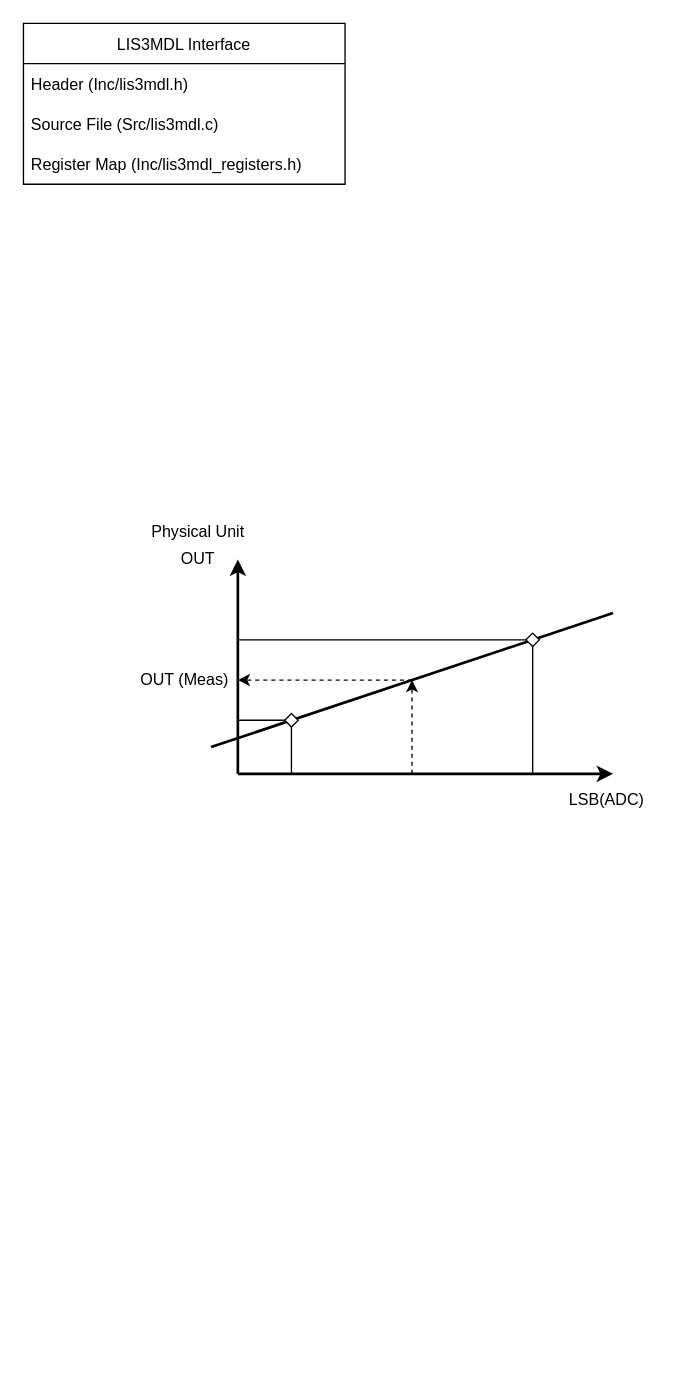
s-grundner/NES-PR keeps this draw.io diagram as p3/docs/assets/Diagrams.drawio. Above is the earlier version. Source tidied: cells renumbered, new cells numbered last; positions are measured from the earlier drawing's top-left corner, leaving out a move shared by most shapes. Both pictures are drawn from the tidied source at 134%, with x=0, y=0 at pixel (23, 23).
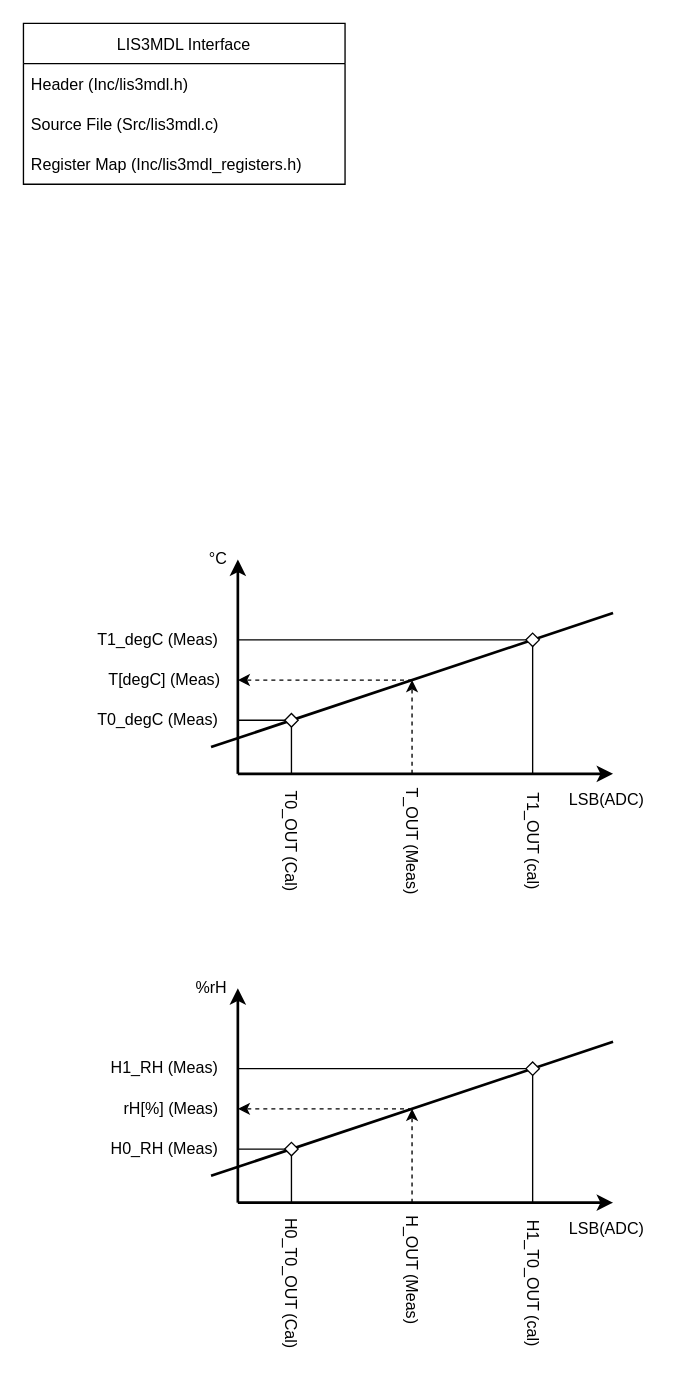
The same page after the edit.

What changed in the source:
```diff
@@
-    <mxCell id="16" value="OUT" style="text;html=1;align=center;verticalAlign=middle;strokeColor=none;fillColor=none;" parent="1" vertex="1">
-      <mxGeometry x="110" y="390" width="40" height="20" as="geometry" />
+    <mxCell id="16" value="°C" style="text;html=1;align=center;verticalAlign=middle;strokeColor=none;fillColor=none;" parent="1" vertex="1">
+      <mxGeometry x="130" y="390" width="30" height="20" as="geometry" />
     </mxCell>
-    <mxCell id="17" value="Physical Unit" style="text;html=1;align=center;verticalAlign=middle;strokeColor=none;fillColor=none;" parent="1" vertex="1">
-      <mxGeometry x="90" y="370" width="80" height="20" as="geometry" />
-    </mxCell>
-    <mxCell id="18" value="OUT (Meas)" style="text;html=1;align=center;verticalAlign=middle;strokeColor=none;fillColor=none;" parent="1" vertex="1">
-      <mxGeometry x="80" y="480" width="80" height="20" as="geometry" />
+    <mxCell id="18" value="T[degC] (Meas)" style="text;html=1;align=center;verticalAlign=middle;strokeColor=none;fillColor=none;" parent="1" vertex="1">
+      <mxGeometry x="55" y="480" width="100" height="20" as="geometry" />
     </mxCell>
+    <mxCell id="19" value="T_OUT (Meas)" style="text;html=1;align=center;verticalAlign=middle;strokeColor=none;fillColor=none;rotation=90;" parent="1" vertex="1">
+      <mxGeometry x="240" y="600" width="100" height="20" as="geometry" />
+    </mxCell>
+    <mxCell id="20" value="T0_degC (Meas)" style="text;html=1;align=center;verticalAlign=middle;strokeColor=none;fillColor=none;" parent="1" vertex="1">
+      <mxGeometry x="45" y="510" width="110" height="20" as="geometry" />
+    </mxCell>
+    <mxCell id="21" value="T1_degC (Meas)" style="text;html=1;align=center;verticalAlign=middle;strokeColor=none;fillColor=none;" parent="1" vertex="1">
+      <mxGeometry x="45" y="450" width="110" height="20" as="geometry" />
+    </mxCell>
+    <mxCell id="22" value="T0_OUT (Cal)" style="text;html=1;align=center;verticalAlign=middle;strokeColor=none;fillColor=none;rotation=90;" parent="1" vertex="1">
+      <mxGeometry x="155" y="600" width="90" height="20" as="geometry" />
+    </mxCell>
+    <mxCell id="23" value="T1_OUT (cal)" style="text;html=1;align=center;verticalAlign=middle;strokeColor=none;fillColor=none;rotation=90;" parent="1" vertex="1">
+      <mxGeometry x="335" y="600" width="90" height="20" as="geometry" />
+    </mxCell>
+    <mxCell id="24" style="endArrow=classic;html=1;rounded=0;strokeWidth=2;" parent="1" edge="1">
+      <mxGeometry relative="1" as="geometry">
+        <mxPoint x="160" y="880" as="sourcePoint" />
+        <mxPoint x="160" y="720" as="targetPoint" />
+      </mxGeometry>
+    </mxCell>
+    <mxCell id="25" style="endArrow=classic;html=1;rounded=0;strokeWidth=2;" parent="1" edge="1">
+      <mxGeometry relative="1" as="geometry">
+        <mxPoint x="160" y="880" as="sourcePoint" />
+        <mxPoint x="440" y="880" as="targetPoint" />
+      </mxGeometry>
+    </mxCell>
+    <mxCell id="26" style="endArrow=none;html=1;rounded=0;strokeWidth=2;" parent="1" edge="1">
+      <mxGeometry relative="1" as="geometry">
+        <mxPoint x="140" y="860" as="sourcePoint" />
+        <mxPoint x="440" y="760" as="targetPoint" />
+      </mxGeometry>
+    </mxCell>
+    <mxCell id="27" style="endArrow=classic;html=1;rounded=0;strokeWidth=1;dashed=1;" parent="1" edge="1">
+      <mxGeometry relative="1" as="geometry">
+        <mxPoint x="290" y="880" as="sourcePoint" />
+        <mxPoint x="290" y="810" as="targetPoint" />
+      </mxGeometry>
+    </mxCell>
+    <mxCell id="28" style="endArrow=none;html=1;rounded=0;strokeWidth=1;" parent="1" edge="1">
+      <mxGeometry relative="1" as="geometry">
+        <mxPoint x="200" y="880" as="sourcePoint" />
+        <mxPoint x="160" y="840" as="targetPoint" />
+        <Array as="points">
+          <mxPoint x="200" y="840" />
+        </Array>
+      </mxGeometry>
+    </mxCell>
+    <mxCell id="29" style="endArrow=none;html=1;rounded=0;strokeWidth=1;" parent="1" edge="1">
+      <mxGeometry relative="1" as="geometry">
+        <mxPoint x="380" y="880" as="sourcePoint" />
+        <mxPoint x="160" y="780" as="targetPoint" />
+        <Array as="points">
+          <mxPoint x="380" y="780" />
+        </Array>
+      </mxGeometry>
+    </mxCell>
+    <mxCell id="30" style="endArrow=classic;html=1;rounded=0;strokeWidth=1;dashed=1;" parent="1" edge="1">
+      <mxGeometry relative="1" as="geometry">
+        <mxPoint x="290" y="810" as="sourcePoint" />
+        <mxPoint x="160" y="810" as="targetPoint" />
+      </mxGeometry>
+    </mxCell>
+    <mxCell id="31" style="rhombus;whiteSpace=wrap;html=1;" parent="1" vertex="1">
+      <mxGeometry x="195" y="835" width="10" height="10" as="geometry" />
+    </mxCell>
+    <mxCell id="32" style="rhombus;whiteSpace=wrap;html=1;" parent="1" vertex="1">
+      <mxGeometry x="375" y="775" width="10" height="10" as="geometry" />
+    </mxCell>
+    <mxCell id="33" value="LSB(ADC)" style="text;html=1;align=center;verticalAlign=middle;strokeColor=none;fillColor=none;" parent="1" vertex="1">
+      <mxGeometry x="400" y="890" width="70" height="20" as="geometry" />
+    </mxCell>
+    <mxCell id="34" value="%rH" style="text;html=1;align=center;verticalAlign=middle;strokeColor=none;fillColor=none;" parent="1" vertex="1">
+      <mxGeometry x="120" y="710" width="40" height="20" as="geometry" />
+    </mxCell>
+    <mxCell id="35" value="rH[%] (Meas)" style="text;html=1;align=center;verticalAlign=middle;strokeColor=none;fillColor=none;" parent="1" vertex="1">
+      <mxGeometry x="65" y="800" width="90" height="20" as="geometry" />
+    </mxCell>
+    <mxCell id="36" value="H_OUT (Meas)" style="text;html=1;align=center;verticalAlign=middle;strokeColor=none;fillColor=none;rotation=90;" parent="1" vertex="1">
+      <mxGeometry x="240" y="920" width="100" height="20" as="geometry" />
+    </mxCell>
+    <mxCell id="37" value="H0_RH (Meas)" style="text;html=1;align=center;verticalAlign=middle;strokeColor=none;fillColor=none;" parent="1" vertex="1">
+      <mxGeometry x="55" y="830" width="100" height="20" as="geometry" />
+    </mxCell>
+    <mxCell id="38" value="H1_RH (Meas)" style="text;html=1;align=center;verticalAlign=middle;strokeColor=none;fillColor=none;" parent="1" vertex="1">
+      <mxGeometry x="55" y="770" width="100" height="20" as="geometry" />
+    </mxCell>
+    <mxCell id="39" value="H0_T0_OUT (Cal)" style="text;html=1;align=center;verticalAlign=middle;strokeColor=none;fillColor=none;rotation=90;" parent="1" vertex="1">
+      <mxGeometry x="145" y="930" width="110" height="20" as="geometry" />
+    </mxCell>
+    <mxCell id="40" value="H1_T0_OUT (cal)" style="text;html=1;align=center;verticalAlign=middle;strokeColor=none;fillColor=none;rotation=90;" parent="1" vertex="1">
+      <mxGeometry x="325" y="930" width="110" height="20" as="geometry" />
+    </mxCell>
```
